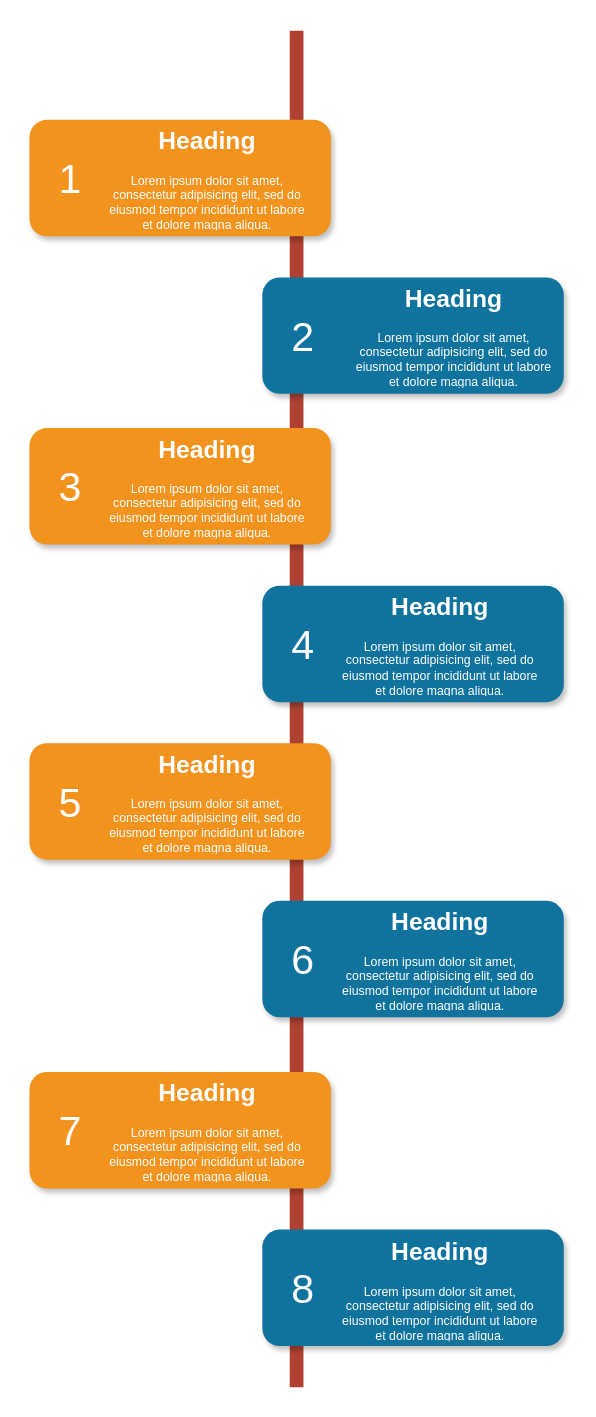
The draw.io diagram Untitled Diagram.drawio in sangbk1997/Thiet_ke_he_thong, before the edit. Source tidied: cells renumbered, new cells numbered last; positions are measured from the earlier drawing's top-left corner, leaving out a move shared by most shapes. Both pictures are drawn from the tidied source at 137%, with x=0, y=0 at pixel (29, 30).
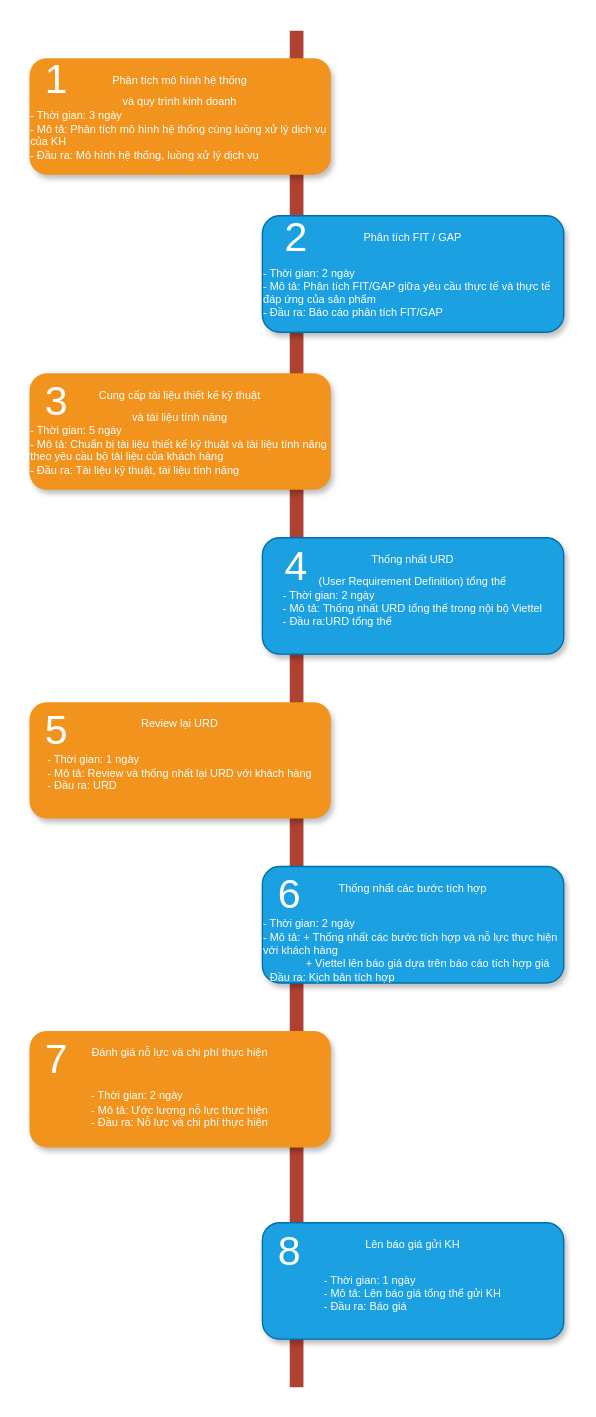
The same diagram, later.

Commit message:
Quy trình triển khai, tính toán chi phí cho yc mới

What changed in the source:
```diff
@@
-    <mxCell id="3" style="rounded=1;whiteSpace=wrap;html=1;strokeColor=none;strokeWidth=1;fillColor=#F2931E;fontSize=13;fontColor=#FFFFFF;align=center;gradientColor=none;gradientDirection=east;verticalAlign=top;shadow=1;" parent="1" vertex="1">
-      <mxGeometry y="65" width="220" height="85" as="geometry" />
+    <mxCell id="3" value="&lt;font style=&quot;font-size: 8px&quot;&gt;Phân tích mô hình hệ thống&lt;br&gt;và quy trình kinh doanh&lt;br&gt;&lt;/font&gt;&lt;div style=&quot;text-align: left ; font-size: 8px&quot;&gt;&lt;span&gt;&lt;font style=&quot;font-size: 8px&quot;&gt;- Thời gian: 3 ngày&lt;/font&gt;&lt;/span&gt;&lt;/div&gt;&lt;div style=&quot;text-align: left ; font-size: 8px&quot;&gt;&lt;span&gt;&lt;font style=&quot;font-size: 8px&quot;&gt;- Mô tả: Phân tích mô hình hệ thống cùng luồng xử lý dịch vụ của KH&lt;/font&gt;&lt;/span&gt;&lt;/div&gt;&lt;div style=&quot;text-align: left ; font-size: 8px&quot;&gt;&lt;span&gt;&lt;font style=&quot;font-size: 8px&quot;&gt;- Đầu ra: Mô hình hệ thống, luồng xử lý dịch vụ&lt;/font&gt;&lt;/span&gt;&lt;/div&gt;&lt;div style=&quot;text-align: left ; font-size: 8px&quot;&gt;&lt;span&gt;&lt;font style=&quot;font-size: 8px&quot;&gt;&lt;br&gt;&lt;/font&gt;&lt;/span&gt;&lt;/div&gt;&lt;div style=&quot;text-align: left ; font-size: 8px&quot;&gt;&lt;span&gt;&lt;font style=&quot;font-size: 8px&quot;&gt;&lt;br&gt;&lt;/font&gt;&lt;/span&gt;&lt;/div&gt;&lt;div style=&quot;text-align: left ; font-size: 8px&quot;&gt;&lt;span&gt;&lt;br&gt;&lt;/span&gt;&lt;/div&gt;" style="rounded=1;whiteSpace=wrap;html=1;strokeColor=none;strokeWidth=1;fillColor=#F2931E;fontSize=13;fontColor=#FFFFFF;align=center;gradientColor=none;gradientDirection=east;verticalAlign=top;shadow=1;" parent="1" vertex="1">
+      <mxGeometry y="20" width="220" height="85" as="geometry" />
     </mxCell>
     <mxCell id="4" value="1" style="text;html=1;strokeColor=none;fillColor=none;align=center;verticalAlign=middle;whiteSpace=wrap;fontSize=30;fontColor=#FFFFFF;" parent="1" vertex="1">
-      <mxGeometry x="10" y="98" width="40" height="20" as="geometry" />
+      <mxGeometry y="25" width="40" height="20" as="geometry" />
     </mxCell>
-    <mxCell id="5" style="rounded=1;whiteSpace=wrap;html=1;strokeColor=none;strokeWidth=1;fillColor=#10739E;fontSize=13;fontColor=#FFFFFF;align=center;gradientColor=none;gradientDirection=east;verticalAlign=top;shadow=1;" parent="1" vertex="1">
-      <mxGeometry x="170" y="180" width="220" height="85" as="geometry" />
-    </mxCell>
+    <mxCell id="27" value="&lt;font style=&quot;font-size: 8px&quot;&gt;Phân tích FIT / GAP&lt;br&gt;&lt;br&gt;&lt;/font&gt;&lt;div style=&quot;text-align: left ; font-size: 8px&quot;&gt;&lt;span&gt;&lt;font style=&quot;font-size: 8px&quot;&gt;- Thời gian: 2 ngày&lt;/font&gt;&lt;/span&gt;&lt;/div&gt;&lt;div style=&quot;text-align: left ; font-size: 8px&quot;&gt;&lt;span&gt;&lt;font style=&quot;font-size: 8px&quot;&gt;- Mô tả:&amp;nbsp;&lt;/font&gt;&lt;/span&gt;&lt;span&gt;Phân tích FIT/GAP giữa yêu cầu thực tế và thực tế đáp ứng của sản phẩm&lt;/span&gt;&lt;/div&gt;&lt;div style=&quot;text-align: left ; font-size: 8px&quot;&gt;&lt;span&gt;&lt;font style=&quot;font-size: 8px&quot;&gt;- Đầu ra:&amp;nbsp;&lt;/font&gt;&lt;/span&gt;&lt;span&gt;Báo cáo phân tích FIT/GAP&lt;/span&gt;&lt;/div&gt;&lt;div style=&quot;text-align: left ; font-size: 8px&quot;&gt;&lt;span&gt;&lt;font style=&quot;font-size: 8px&quot;&gt;&lt;br&gt;&lt;/font&gt;&lt;/span&gt;&lt;/div&gt;&lt;div style=&quot;text-align: left ; font-size: 8px&quot;&gt;&lt;span&gt;&lt;br&gt;&lt;/span&gt;&lt;/div&gt;" style="rounded=1;whiteSpace=wrap;html=1;strokeColor=#006EAF;strokeWidth=1;fillColor=#1ba1e2;fontSize=13;fontColor=#ffffff;align=center;gradientDirection=east;verticalAlign=top;shadow=1;" parent="1" vertex="1">
+      <mxGeometry x="170" y="135" width="220" height="85" as="geometry" />
+    </mxCell>
     <mxCell id="6" value="2" style="text;html=1;strokeColor=none;fillColor=none;align=center;verticalAlign=middle;whiteSpace=wrap;fontSize=30;fontColor=#FFFFFF;" parent="1" vertex="1">
-      <mxGeometry x="180" y="213" width="40" height="20" as="geometry" />
+      <mxGeometry x="175" y="140" width="40" height="20" as="geometry" />
     </mxCell>
-    <mxCell id="7" style="rounded=1;whiteSpace=wrap;html=1;strokeColor=none;strokeWidth=1;fillColor=#F2931E;fontSize=13;fontColor=#FFFFFF;align=center;gradientColor=none;gradientDirection=east;verticalAlign=top;shadow=1;" parent="1" vertex="1">
-      <mxGeometry y="290" width="220" height="85" as="geometry" />
-    </mxCell>
+    <mxCell id="28" value="&lt;font style=&quot;font-size: 8px&quot;&gt;Cung cấp tài liệu thiết kế kỹ thuật &lt;br&gt;và tài liệu tính năng&lt;br&gt;&lt;/font&gt;&lt;div style=&quot;text-align: left ; font-size: 8px&quot;&gt;&lt;span&gt;&lt;font style=&quot;font-size: 8px&quot;&gt;- Thời gian: 5 ngày&lt;/font&gt;&lt;/span&gt;&lt;/div&gt;&lt;div style=&quot;text-align: left ; font-size: 8px&quot;&gt;&lt;span&gt;&lt;font style=&quot;font-size: 8px&quot;&gt;- Mô tả:&amp;nbsp;&lt;/font&gt;&lt;/span&gt;&lt;span&gt;Chuẩn bị tài liệu thiết kế kỹ thuật và tài liệu tính năng theo yêu cầu bộ tài liệu của khách hàng&lt;/span&gt;&lt;/div&gt;&lt;div style=&quot;text-align: left ; font-size: 8px&quot;&gt;&lt;span&gt;&lt;font style=&quot;font-size: 8px&quot;&gt;- Đầu ra:&amp;nbsp;&lt;/font&gt;&lt;/span&gt;&lt;span&gt;Tài liệu kỹ thuật, tài liệu tính năng&lt;/span&gt;&lt;/div&gt;&lt;div style=&quot;text-align: left ; font-size: 8px&quot;&gt;&lt;span&gt;&lt;font style=&quot;font-size: 8px&quot;&gt;&lt;br&gt;&lt;/font&gt;&lt;/span&gt;&lt;/div&gt;&lt;div style=&quot;text-align: left ; font-size: 8px&quot;&gt;&lt;span&gt;&lt;br&gt;&lt;/span&gt;&lt;/div&gt;" style="rounded=1;whiteSpace=wrap;html=1;strokeColor=none;strokeWidth=1;fillColor=#F2931E;fontSize=13;fontColor=#FFFFFF;align=center;gradientColor=none;gradientDirection=east;verticalAlign=top;shadow=1;" parent="1" vertex="1">
+      <mxGeometry y="250" width="220" height="85" as="geometry" />
+    </mxCell>
     <mxCell id="8" value="3" style="text;html=1;strokeColor=none;fillColor=none;align=center;verticalAlign=middle;whiteSpace=wrap;fontSize=30;fontColor=#FFFFFF;" parent="1" vertex="1">
-      <mxGeometry x="10" y="323" width="40" height="20" as="geometry" />
+      <mxGeometry y="260" width="40" height="20" as="geometry" />
     </mxCell>
-    <mxCell id="9" style="rounded=1;whiteSpace=wrap;html=1;strokeColor=none;strokeWidth=1;fillColor=#10739E;fontSize=13;fontColor=#FFFFFF;align=center;gradientColor=none;gradientDirection=east;verticalAlign=top;shadow=1;" parent="1" vertex="1">
-      <mxGeometry x="170" y="405" width="220" height="85" as="geometry" />
-    </mxCell>
+    <mxCell id="29" value="&lt;font&gt;&lt;span style=&quot;font-size: 8px&quot;&gt;Thống nhất URD &lt;br&gt;(User Requirement Definition) tổng thể&lt;br&gt;&lt;div style=&quot;text-align: left&quot;&gt;&lt;span&gt;- Thời gian: 2 ngày&lt;/span&gt;&lt;/div&gt;&lt;/span&gt;&lt;/font&gt;&lt;div style=&quot;text-align: left ; font-size: 8px&quot;&gt;&lt;span&gt;&lt;font style=&quot;font-size: 8px&quot;&gt;- Mô tả:&amp;nbsp;&lt;/font&gt;&lt;/span&gt;&lt;span&gt;Thống nhất URD tổng thể trong nội bộ Viettel&lt;/span&gt;&lt;/div&gt;&lt;div style=&quot;text-align: left ; font-size: 8px&quot;&gt;&lt;span&gt;&lt;font style=&quot;font-size: 8px&quot;&gt;- Đầu ra:&lt;/font&gt;&lt;/span&gt;&lt;span&gt;URD tổng thể&lt;/span&gt;&lt;/div&gt;&lt;div style=&quot;text-align: left ; font-size: 8px&quot;&gt;&lt;span&gt;&lt;font style=&quot;font-size: 8px&quot;&gt;&lt;br&gt;&lt;/font&gt;&lt;/span&gt;&lt;/div&gt;&lt;div style=&quot;text-align: left ; font-size: 8px&quot;&gt;&lt;span&gt;&lt;br&gt;&lt;/span&gt;&lt;/div&gt;" style="rounded=1;whiteSpace=wrap;html=1;strokeColor=#006EAF;strokeWidth=1;fillColor=#1ba1e2;fontSize=13;fontColor=#ffffff;align=center;gradientDirection=east;verticalAlign=top;shadow=1;" parent="1" vertex="1">
+      <mxGeometry x="170" y="370" width="220" height="85" as="geometry" />
+    </mxCell>
     <mxCell id="10" value="4" style="text;html=1;strokeColor=none;fillColor=none;align=center;verticalAlign=middle;whiteSpace=wrap;fontSize=30;fontColor=#FFFFFF;" parent="1" vertex="1">
-      <mxGeometry x="180" y="438" width="40" height="20" as="geometry" />
+      <mxGeometry x="175" y="380" width="40" height="20" as="geometry" />
     </mxCell>
-    <mxCell id="11" style="rounded=1;whiteSpace=wrap;html=1;strokeColor=none;strokeWidth=1;fillColor=#F2931E;fontSize=13;fontColor=#FFFFFF;align=center;gradientColor=none;gradientDirection=east;verticalAlign=top;shadow=1;" parent="1" vertex="1">
-      <mxGeometry y="520" width="220" height="85" as="geometry" />
-    </mxCell>
+    <mxCell id="30" value="&lt;font&gt;&lt;span style=&quot;font-size: 8px&quot;&gt;Review lại URD&lt;br&gt;&lt;/span&gt;&lt;br&gt;&lt;/font&gt;&lt;div style=&quot;text-align: left ; font-size: 8px&quot;&gt;&lt;span&gt;&lt;font style=&quot;font-size: 8px&quot;&gt;- Thời gian: 1 ngày&lt;/font&gt;&lt;/span&gt;&lt;/div&gt;&lt;div style=&quot;text-align: left ; font-size: 8px&quot;&gt;&lt;span&gt;&lt;font style=&quot;font-size: 8px&quot;&gt;- Mô tả:&amp;nbsp;&lt;/font&gt;&lt;/span&gt;&lt;span&gt;Review và thống nhất lại URD với khách hàng&lt;/span&gt;&lt;/div&gt;&lt;div style=&quot;text-align: left ; font-size: 8px&quot;&gt;&lt;span&gt;&lt;font style=&quot;font-size: 8px&quot;&gt;- Đầu ra: URD&lt;/font&gt;&lt;/span&gt;&lt;/div&gt;&lt;div style=&quot;text-align: left ; font-size: 8px&quot;&gt;&lt;span&gt;&lt;font style=&quot;font-size: 8px&quot;&gt;&lt;br&gt;&lt;/font&gt;&lt;/span&gt;&lt;/div&gt;&lt;div style=&quot;text-align: left ; font-size: 8px&quot;&gt;&lt;span&gt;&lt;font style=&quot;font-size: 8px&quot;&gt;&lt;br&gt;&lt;/font&gt;&lt;/span&gt;&lt;/div&gt;&lt;div style=&quot;text-align: left ; font-size: 8px&quot;&gt;&lt;span&gt;&lt;font style=&quot;font-size: 8px&quot;&gt;&lt;br&gt;&lt;/font&gt;&lt;/span&gt;&lt;/div&gt;&lt;div style=&quot;text-align: left ; font-size: 8px&quot;&gt;&lt;span&gt;&lt;br&gt;&lt;/span&gt;&lt;/div&gt;" style="rounded=1;whiteSpace=wrap;html=1;strokeColor=none;strokeWidth=1;fillColor=#F2931E;fontSize=13;fontColor=#FFFFFF;align=center;gradientColor=none;gradientDirection=east;verticalAlign=top;shadow=1;" parent="1" vertex="1">
+      <mxGeometry y="490" width="220" height="85" as="geometry" />
+    </mxCell>
+    <mxCell id="31" value="&lt;font&gt;&lt;span style=&quot;font-size: 8px&quot;&gt;Thống nhất các bước tích hợp&lt;br&gt;&lt;/span&gt;&lt;br&gt;&lt;/font&gt;&lt;div style=&quot;text-align: left ; font-size: 8px&quot;&gt;&lt;span&gt;&lt;font style=&quot;font-size: 8px&quot;&gt;- Thời gian: 2 ngày&lt;/font&gt;&lt;/span&gt;&lt;/div&gt;&lt;div style=&quot;text-align: left ; font-size: 8px&quot;&gt;&lt;span&gt;&lt;font style=&quot;font-size: 8px&quot;&gt;- Mô tả: +&amp;nbsp;&lt;/font&gt;&lt;/span&gt;&lt;span&gt;Thống nhất các bước tích hợp và nỗ lực thực hiện với khách hàng&lt;/span&gt;&lt;/div&gt;&lt;div style=&quot;text-align: left ; font-size: 8px&quot;&gt;&amp;nbsp; &amp;nbsp; &amp;nbsp; &amp;nbsp; &amp;nbsp; &amp;nbsp; &amp;nbsp; + Viettel lên báo giá dựa trên báo cáo tích hợp giá&lt;/div&gt;&lt;div style=&quot;text-align: left ; font-size: 8px&quot;&gt;&lt;span&gt;&lt;font style=&quot;font-size: 8px&quot;&gt;- Đầu ra: Kịch bản tích hợp&lt;/font&gt;&lt;/span&gt;&lt;/div&gt;&lt;div style=&quot;text-align: left ; font-size: 8px&quot;&gt;&lt;span&gt;&lt;font style=&quot;font-size: 8px&quot;&gt;&lt;br&gt;&lt;/font&gt;&lt;/span&gt;&lt;/div&gt;&lt;div style=&quot;text-align: left ; font-size: 8px&quot;&gt;&lt;span&gt;&lt;font style=&quot;font-size: 8px&quot;&gt;&lt;br&gt;&lt;/font&gt;&lt;/span&gt;&lt;/div&gt;&lt;div style=&quot;text-align: left ; font-size: 8px&quot;&gt;&lt;span&gt;&lt;br&gt;&lt;/span&gt;&lt;/div&gt;" style="rounded=1;whiteSpace=wrap;html=1;strokeColor=#006EAF;strokeWidth=1;fillColor=#1ba1e2;fontSize=13;fontColor=#ffffff;align=center;gradientDirection=east;verticalAlign=top;shadow=1;" parent="1" vertex="1">
+      <mxGeometry x="170" y="610" width="220" height="85" as="geometry" />
+    </mxCell>
+    <mxCell id="32" value="&lt;div style=&quot;text-align: center&quot;&gt;&lt;span style=&quot;font-size: 8px ; text-align: left&quot;&gt;Đánh giá nỗ lực và chi phí thực hiện&lt;/span&gt;&lt;/div&gt;&lt;div style=&quot;text-align: center&quot;&gt;&lt;span style=&quot;font-size: 8px ; text-align: left&quot;&gt;&lt;br&gt;&lt;/span&gt;&lt;/div&gt;&lt;div style=&quot;text-align: left&quot;&gt;&lt;span style=&quot;font-size: 8px&quot;&gt;- Thời gian: 2 ngày&lt;/span&gt;&lt;br&gt;&lt;/div&gt;&lt;div style=&quot;text-align: left ; font-size: 8px&quot;&gt;&lt;span&gt;&lt;font style=&quot;font-size: 8px&quot;&gt;- Mô tả: Ước lượng nỗ lực thực hiện&lt;/font&gt;&lt;/span&gt;&lt;/div&gt;&lt;div style=&quot;text-align: left ; font-size: 8px&quot;&gt;&lt;span&gt;&lt;font style=&quot;font-size: 8px&quot;&gt;- Đầu ra: Nỗ lực và chi phí thực hiện&lt;/font&gt;&lt;/span&gt;&lt;/div&gt;&lt;div style=&quot;text-align: left ; font-size: 8px&quot;&gt;&lt;span&gt;&lt;font style=&quot;font-size: 8px&quot;&gt;&lt;br&gt;&lt;/font&gt;&lt;/span&gt;&lt;/div&gt;&lt;div style=&quot;text-align: left ; font-size: 8px&quot;&gt;&lt;span&gt;&lt;font style=&quot;font-size: 8px&quot;&gt;&lt;br&gt;&lt;/font&gt;&lt;/span&gt;&lt;/div&gt;&lt;div style=&quot;text-align: left ; font-size: 8px&quot;&gt;&lt;span&gt;&lt;br&gt;&lt;/span&gt;&lt;/div&gt;" style="rounded=1;whiteSpace=wrap;html=1;strokeColor=none;strokeWidth=1;fillColor=#F2931E;fontSize=13;fontColor=#FFFFFF;align=center;gradientColor=none;gradientDirection=east;verticalAlign=top;shadow=1;" parent="1" vertex="1">
+      <mxGeometry y="730" width="220" height="85" as="geometry" />
+    </mxCell>
     <mxCell id="12" value="5" style="text;html=1;strokeColor=none;fillColor=none;align=center;verticalAlign=middle;whiteSpace=wrap;fontSize=30;fontColor=#FFFFFF;" parent="1" vertex="1">
-      <mxGeometry x="10" y="553" width="40" height="20" as="geometry" />
+      <mxGeometry y="500" width="40" height="20" as="geometry" />
     </mxCell>
-    <mxCell id="13" style="rounded=1;whiteSpace=wrap;html=1;strokeColor=none;strokeWidth=1;fillColor=#10739E;fontSize=13;fontColor=#FFFFFF;align=center;gradientColor=none;gradientDirection=east;verticalAlign=top;shadow=1;" parent="1" vertex="1">
-      <mxGeometry x="170" y="635" width="220" height="85" as="geometry" />
-    </mxCell>
     <mxCell id="14" value="6" style="text;html=1;strokeColor=none;fillColor=none;align=center;verticalAlign=middle;whiteSpace=wrap;fontSize=30;fontColor=#FFFFFF;" parent="1" vertex="1">
-      <mxGeometry x="180" y="668" width="40" height="20" as="geometry" />
+      <mxGeometry x="170" y="620" width="40" height="20" as="geometry" />
     </mxCell>
-    <mxCell id="15" style="rounded=1;whiteSpace=wrap;html=1;strokeColor=none;strokeWidth=1;fillColor=#F2931E;fontSize=13;fontColor=#FFFFFF;align=center;gradientColor=none;gradientDirection=east;verticalAlign=top;shadow=1;" parent="1" vertex="1">
-      <mxGeometry y="760" width="220" height="85" as="geometry" />
-    </mxCell>
     <mxCell id="16" value="7" style="text;html=1;strokeColor=none;fillColor=none;align=center;verticalAlign=middle;whiteSpace=wrap;fontSize=30;fontColor=#FFFFFF;" parent="1" vertex="1">
-      <mxGeometry x="10" y="793" width="40" height="20" as="geometry" />
+      <mxGeometry y="740" width="40" height="20" as="geometry" />
     </mxCell>
-    <mxCell id="17" style="rounded=1;whiteSpace=wrap;html=1;strokeColor=none;strokeWidth=1;fillColor=#10739E;fontSize=13;fontColor=#FFFFFF;align=center;gradientColor=none;gradientDirection=east;verticalAlign=top;shadow=1;" parent="1" vertex="1">
-      <mxGeometry x="170" y="875" width="220" height="85" as="geometry" />
-    </mxCell>
+    <mxCell id="33" value="&lt;div&gt;&lt;span style=&quot;font-size: 8px&quot;&gt;Lên báo giá gửi KH&lt;/span&gt;&lt;/div&gt;&lt;font&gt;&lt;div&gt;&lt;span style=&quot;font-size: 8px&quot;&gt;&lt;br&gt;&lt;/span&gt;&lt;/div&gt;&lt;/font&gt;&lt;div style=&quot;text-align: left ; font-size: 8px&quot;&gt;&lt;span&gt;&lt;font style=&quot;font-size: 8px&quot;&gt;- Thời gian: 1 ngày&lt;/font&gt;&lt;/span&gt;&lt;/div&gt;&lt;div style=&quot;text-align: left ; font-size: 8px&quot;&gt;&lt;span&gt;&lt;font style=&quot;font-size: 8px&quot;&gt;- Mô tả: Lên báo giá tổng thể gửi KH&lt;/font&gt;&lt;/span&gt;&lt;/div&gt;&lt;div style=&quot;text-align: left ; font-size: 8px&quot;&gt;&lt;span&gt;&lt;font style=&quot;font-size: 8px&quot;&gt;- Đầu ra: Báo giá&lt;/font&gt;&lt;/span&gt;&lt;/div&gt;&lt;div style=&quot;text-align: left ; font-size: 8px&quot;&gt;&lt;span&gt;&lt;font style=&quot;font-size: 8px&quot;&gt;&lt;br&gt;&lt;/font&gt;&lt;/span&gt;&lt;/div&gt;&lt;div style=&quot;text-align: left ; font-size: 8px&quot;&gt;&lt;span&gt;&lt;font style=&quot;font-size: 8px&quot;&gt;&lt;br&gt;&lt;/font&gt;&lt;/span&gt;&lt;/div&gt;&lt;div style=&quot;text-align: left ; font-size: 8px&quot;&gt;&lt;span&gt;&lt;br&gt;&lt;/span&gt;&lt;/div&gt;" style="rounded=1;whiteSpace=wrap;html=1;strokeColor=#006EAF;strokeWidth=1;fillColor=#1ba1e2;fontSize=13;fontColor=#ffffff;align=center;gradientDirection=east;verticalAlign=top;shadow=1;" parent="1" vertex="1">
+      <mxGeometry x="170" y="870" width="220" height="85" as="geometry" />
+    </mxCell>
     <mxCell id="18" value="8" style="text;html=1;strokeColor=none;fillColor=none;align=center;verticalAlign=middle;whiteSpace=wrap;fontSize=30;fontColor=#FFFFFF;" parent="1" vertex="1">
-      <mxGeometry x="180" y="908" width="40" height="20" as="geometry" />
+      <mxGeometry x="170" y="880" width="40" height="20" as="geometry" />
     </mxCell>
-    <mxCell id="19" value="&lt;h1&gt;Heading&lt;/h1&gt;&lt;p&gt;Lorem ipsum dolor sit amet, consectetur adipisicing elit, sed do eiusmod tempor incididunt ut labore et dolore magna aliqua.&lt;/p&gt;" style="text;html=1;spacing=5;spacingTop=-20;whiteSpace=wrap;overflow=hidden;strokeColor=none;strokeWidth=4;fillColor=none;gradientColor=#007FFF;fontSize=9;fontColor=#FFFFFF;align=center;" parent="1" vertex="1">
-      <mxGeometry x="50" y="69" width="160" height="77" as="geometry" />
-    </mxCell>
-    <mxCell id="20" value="&lt;h1&gt;Heading&lt;/h1&gt;&lt;p&gt;Lorem ipsum dolor sit amet, consectetur adipisicing elit, sed do eiusmod tempor incididunt ut labore et dolore magna aliqua.&lt;/p&gt;" style="text;html=1;spacing=5;spacingTop=-20;whiteSpace=wrap;overflow=hidden;strokeColor=none;strokeWidth=4;fillColor=none;gradientColor=#007FFF;fontSize=9;fontColor=#FFFFFF;align=center;" parent="1" vertex="1">
-      <mxGeometry x="230" y="184" width="160" height="77" as="geometry" />
-    </mxCell>
-    <mxCell id="21" value="&lt;h1&gt;Heading&lt;/h1&gt;&lt;p&gt;Lorem ipsum dolor sit amet, consectetur adipisicing elit, sed do eiusmod tempor incididunt ut labore et dolore magna aliqua.&lt;/p&gt;" style="text;html=1;spacing=5;spacingTop=-20;whiteSpace=wrap;overflow=hidden;strokeColor=none;strokeWidth=4;fillColor=none;gradientColor=#007FFF;fontSize=9;fontColor=#FFFFFF;align=center;" parent="1" vertex="1">
-      <mxGeometry x="50" y="294" width="160" height="77" as="geometry" />
-    </mxCell>
-    <mxCell id="22" value="&lt;h1&gt;Heading&lt;/h1&gt;&lt;p&gt;Lorem ipsum dolor sit amet, consectetur adipisicing elit, sed do eiusmod tempor incididunt ut labore et dolore magna aliqua.&lt;/p&gt;" style="text;html=1;spacing=5;spacingTop=-20;whiteSpace=wrap;overflow=hidden;strokeColor=none;strokeWidth=4;fillColor=none;gradientColor=#007FFF;fontSize=9;fontColor=#FFFFFF;align=center;" parent="1" vertex="1">
-      <mxGeometry x="220" y="409" width="160" height="77" as="geometry" />
-    </mxCell>
-    <mxCell id="23" value="&lt;h1&gt;Heading&lt;/h1&gt;&lt;p&gt;Lorem ipsum dolor sit amet, consectetur adipisicing elit, sed do eiusmod tempor incididunt ut labore et dolore magna aliqua.&lt;/p&gt;" style="text;html=1;spacing=5;spacingTop=-20;whiteSpace=wrap;overflow=hidden;strokeColor=none;strokeWidth=4;fillColor=none;gradientColor=#007FFF;fontSize=9;fontColor=#FFFFFF;align=center;" parent="1" vertex="1">
-      <mxGeometry x="50" y="524" width="160" height="77" as="geometry" />
-    </mxCell>
-    <mxCell id="24" value="&lt;h1&gt;Heading&lt;/h1&gt;&lt;p&gt;Lorem ipsum dolor sit amet, consectetur adipisicing elit, sed do eiusmod tempor incididunt ut labore et dolore magna aliqua.&lt;/p&gt;" style="text;html=1;spacing=5;spacingTop=-20;whiteSpace=wrap;overflow=hidden;strokeColor=none;strokeWidth=4;fillColor=none;gradientColor=#007FFF;fontSize=9;fontColor=#FFFFFF;align=center;" parent="1" vertex="1">
-      <mxGeometry x="220" y="639" width="160" height="77" as="geometry" />
-    </mxCell>
-    <mxCell id="25" value="&lt;h1&gt;Heading&lt;/h1&gt;&lt;p&gt;Lorem ipsum dolor sit amet, consectetur adipisicing elit, sed do eiusmod tempor incididunt ut labore et dolore magna aliqua.&lt;/p&gt;" style="text;html=1;spacing=5;spacingTop=-20;whiteSpace=wrap;overflow=hidden;strokeColor=none;strokeWidth=4;fillColor=none;gradientColor=#007FFF;fontSize=9;fontColor=#FFFFFF;align=center;" parent="1" vertex="1">
-      <mxGeometry x="50" y="764" width="160" height="77" as="geometry" />
-    </mxCell>
-    <mxCell id="26" value="&lt;h1&gt;Heading&lt;/h1&gt;&lt;p&gt;Lorem ipsum dolor sit amet, consectetur adipisicing elit, sed do eiusmod tempor incididunt ut labore et dolore magna aliqua.&lt;/p&gt;" style="text;html=1;spacing=5;spacingTop=-20;whiteSpace=wrap;overflow=hidden;strokeColor=none;strokeWidth=4;fillColor=none;gradientColor=#007FFF;fontSize=9;fontColor=#FFFFFF;align=center;" parent="1" vertex="1">
-      <mxGeometry x="220" y="880" width="160" height="77" as="geometry" />
-    </mxCell>
```
